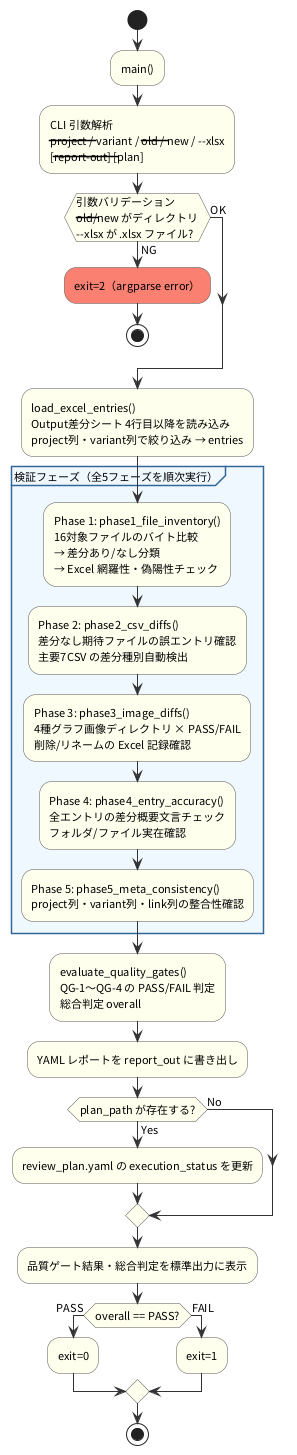
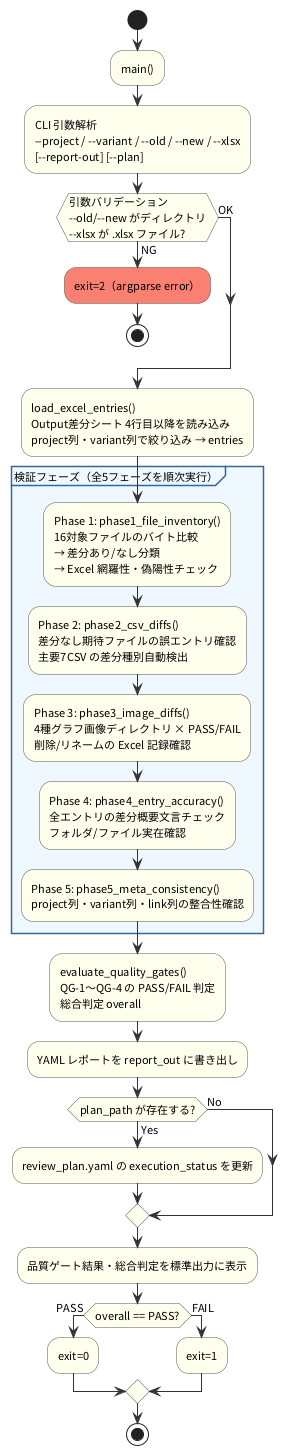
@startuml fig5_verify_workflow
skinparam defaultFontName "Noto Sans CJK JP"
skinparam defaultFontSize 11
skinparam backgroundColor white
skinparam ArrowColor #333333
skinparam ActivityBorderColor #555555
skinparam ActivityBackgroundColor #FFFFEE
skinparam DecisionBackgroundColor #E8F4FF
skinparam DecisionBorderColor #3399CC
skinparam StartColor #228B22
skinparam EndColor #CC2222
skinparam PartitionBackgroundColor #F0F8FF
skinparam PartitionBorderColor #336699

start
:main();
- :CLI 引数解析\n--project / --variant / --old / --new / --xlsx\n[--report-out] [--plan];
+ :CLI 引数解析\n~--project / ~--variant / ~--old / ~--new / ~--xlsx\n[~--report-out] [~--plan];

- if (引数バリデーション\n--old/--new がディレクトリ\n--xlsx が .xlsx ファイル?) then (NG)
+ if (引数バリデーション\n~--old/~--new がディレクトリ\n~--xlsx が .xlsx ファイル?) then (NG)
  #salmon:exit=2（argparse error）;
  stop
else (OK)
endif

:load_excel_entries()\nOutput差分シート 4行目以降を読み込み\nproject列・variant列で絞り込み → entries;

partition "検証フェーズ（全5フェーズを順次実行）" {
  :Phase 1: phase1_file_inventory()\n16対象ファイルのバイト比較\n→ 差分あり/なし分類\n→ Excel 網羅性・偽陽性チェック;

  :Phase 2: phase2_csv_diffs()\n差分なし期待ファイルの誤エントリ確認\n主要7CSV の差分種別自動検出;

  :Phase 3: phase3_image_diffs()\n4種グラフ画像ディレクトリ × PASS/FAIL\n削除/リネームの Excel 記録確認;

  :Phase 4: phase4_entry_accuracy()\n全エントリの差分概要文言チェック\nフォルダ/ファイル実在確認;

  :Phase 5: phase5_meta_consistency()\nproject列・variant列・link列の整合性確認;
}

:evaluate_quality_gates()\nQG-1〜QG-4 の PASS/FAIL 判定\n総合判定 overall;

:YAML レポートを report_out に書き出し;

if (plan_path が存在する?) then (Yes)
  :review_plan.yaml の execution_status を更新;
else (No)
endif

:品質ゲート結果・総合判定を標準出力に表示;

if (overall == PASS?) then (PASS)
  :exit=0;
else (FAIL)
  :exit=1;
endif
stop
@enduml
